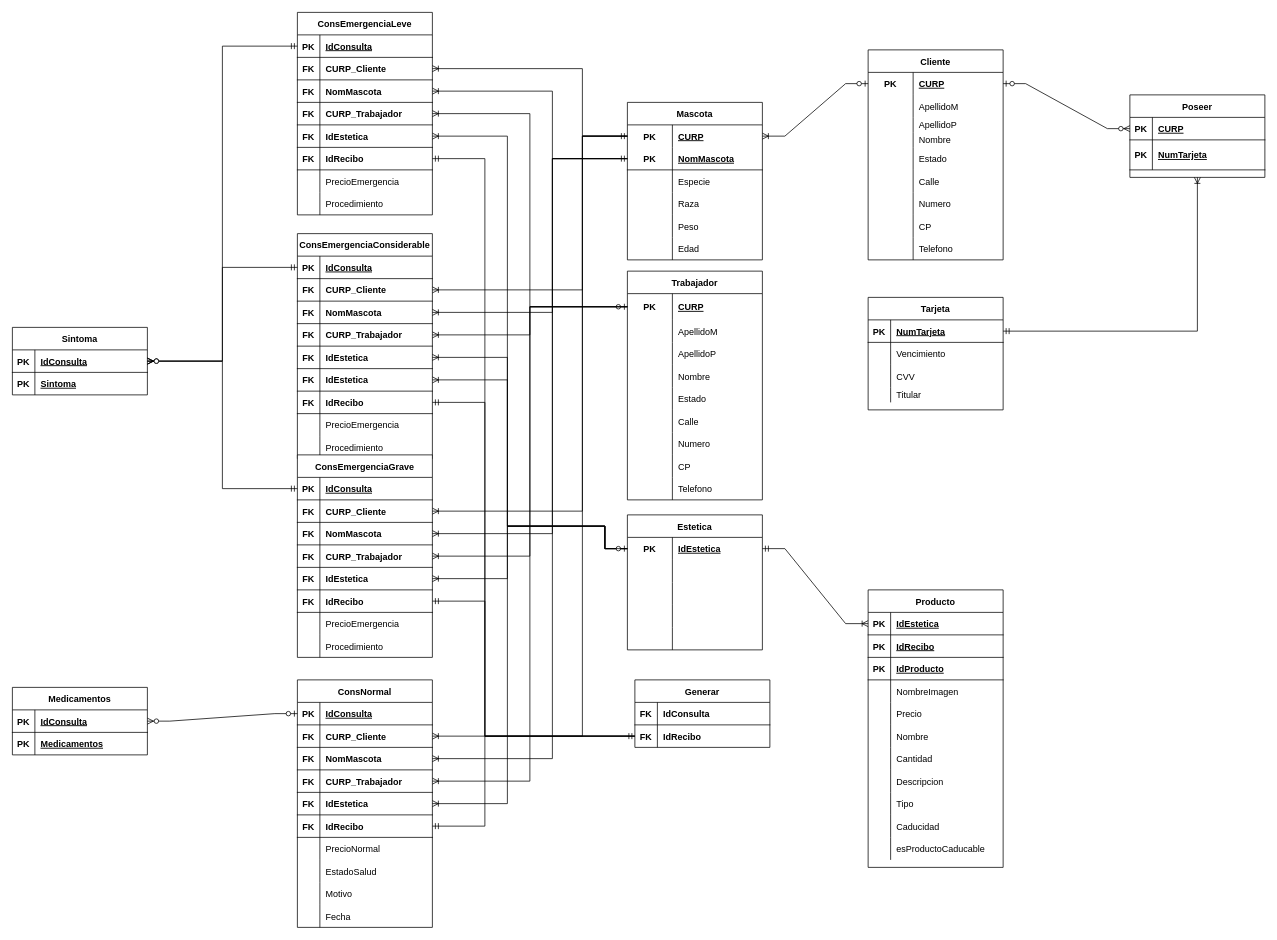
The draw.io diagram RelacionalAlfa.drawio in FBD-Alfa/Practica05, before the edit. Source tidied: cells renumbered, new cells numbered last; positions are measured from the earlier drawing's top-left corner, leaving out a move shared by most shapes. Both pictures are drawn from the tidied source at 75%, with x=0, y=0 at pixel (12, 12).
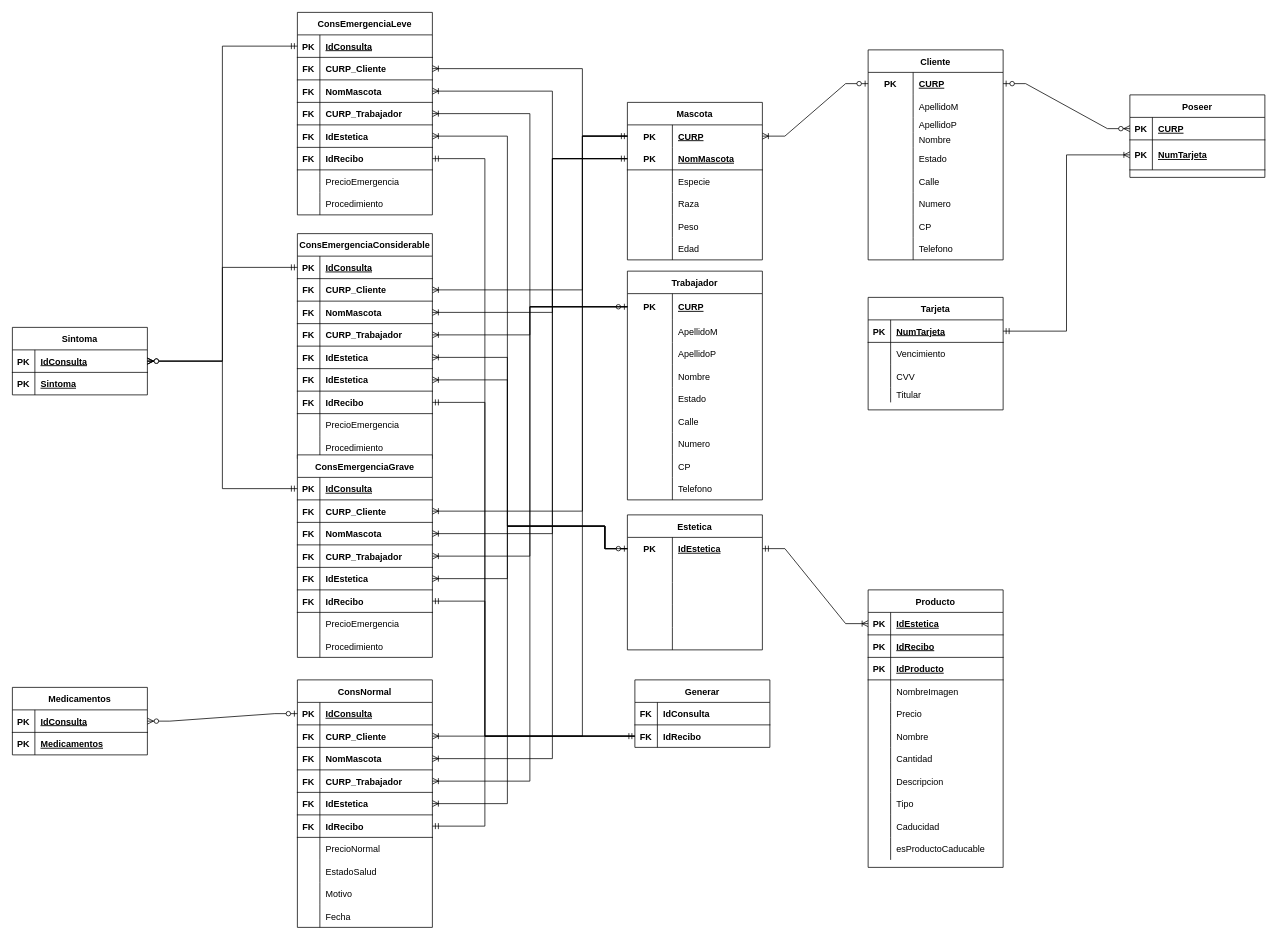
After the change.

The change refers to these unchanged cells:
```xml
<mxCell id="284" style="shape=tableRow;horizontal=0;startSize=0;swimlaneHead=0;swimlaneBody=0;fillColor=none;points=[[0,0.5],[1,0.5]];portConstraint=eastwest;top=0;left=0;right=0;bottom=1;" parent="283" vertex="1">
  <mxGeometry y="30" width="180" height="30" as="geometry" />
</mxCell>
<mxCell id="296" value="Poseer" style="shape=table;startSize=30;childLayout=tableLayout;rowLines=0;fontStyle=1;align=center;" parent="1" vertex="1">
  <mxGeometry x="1490" y="110" width="180" height="110" as="geometry" />
</mxCell>
<mxCell id="300" style="shape=tableRow;horizontal=0;startSize=0;swimlaneHead=0;swimlaneBody=0;fillColor=none;points=[[0,0.5],[1,0.5]];portConstraint=eastwest;top=0;left=0;right=0;bottom=1;" parent="296" vertex="1">
  <mxGeometry y="60" width="180" height="40" as="geometry" />
</mxCell>
```

What changed in the source:
```diff
@@
-    <mxCell id="303" style="edgeStyle=orthogonalEdgeStyle;fontSize=12;html=1;endArrow=ERoneToMany;startArrow=ERmandOne;rounded=0;entryX=0.5;entryY=1;entryDx=0;entryDy=0;exitX=1;exitY=0.5;exitDx=0;exitDy=0;" parent="1" edge="1" source="284" target="296">
+    <mxCell id="303" style="edgeStyle=orthogonalEdgeStyle;fontSize=12;html=1;endArrow=ERoneToMany;startArrow=ERmandOne;rounded=0;entryX=0;entryY=0.5;entryDx=0;entryDy=0;exitX=1;exitY=0.5;exitDx=0;exitDy=0;" parent="1" edge="1" source="284" target="300">
       <mxGeometry relative="1" as="geometry" />
     </mxCell>
```
